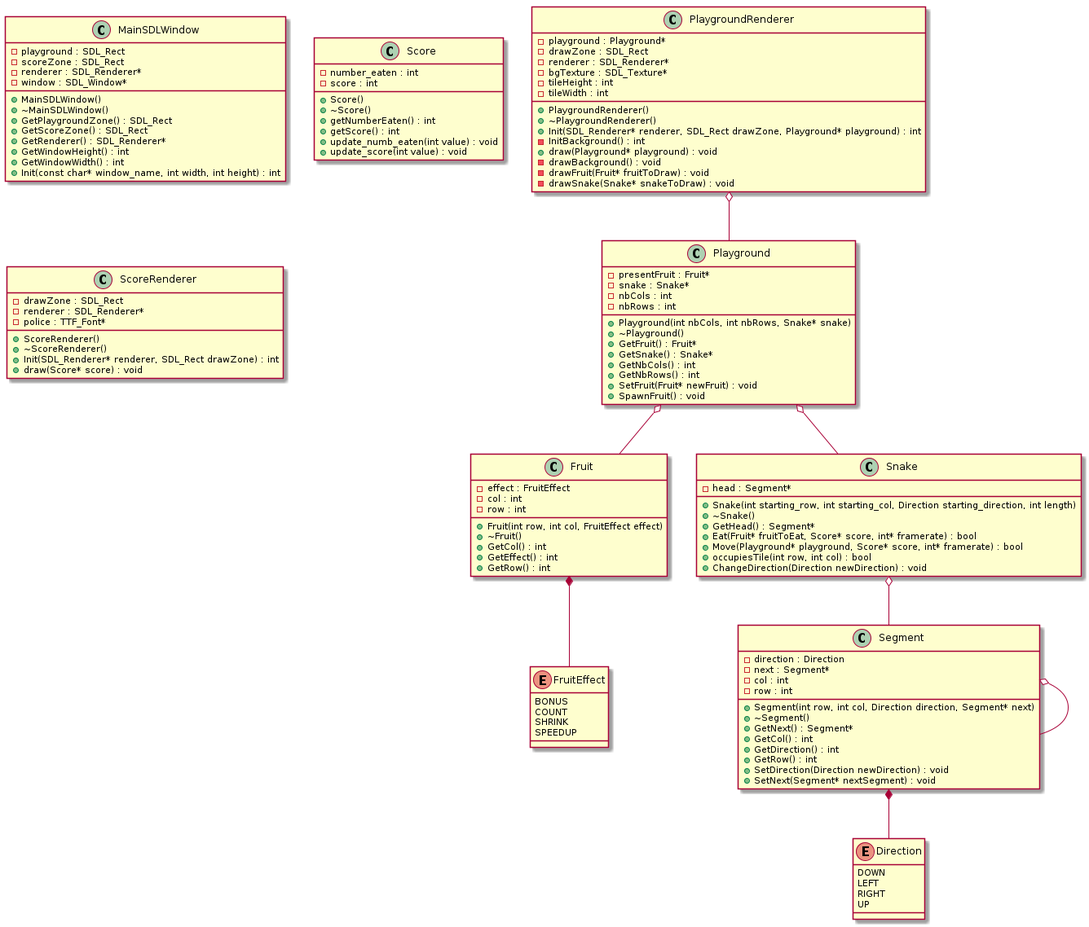
This is uml/classes.png from Ytaki2134/gtech1-b20-snake, a PlantUML export, as it was before one commit.
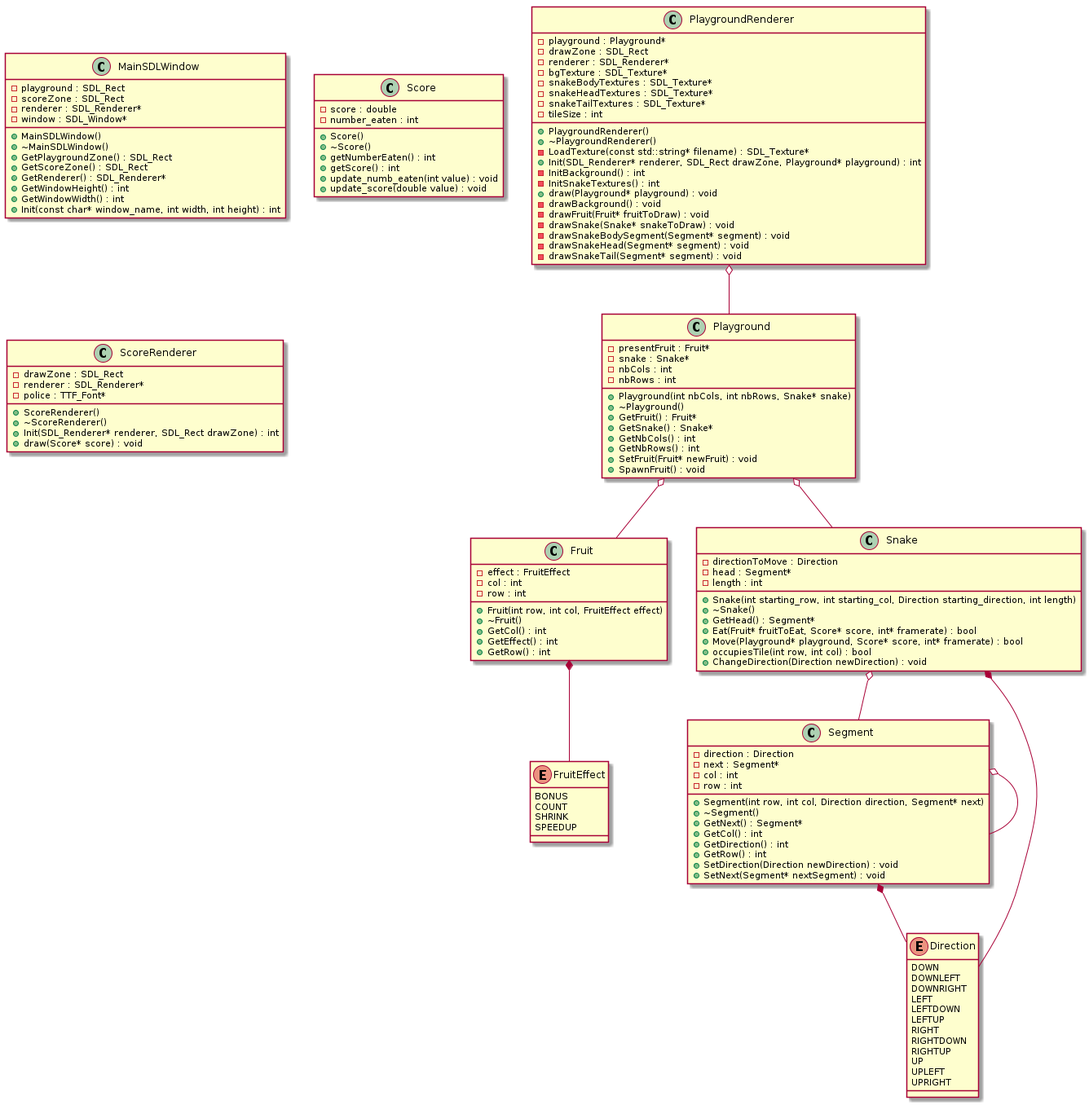
Later version of the same file.

Commit message:
mise à jour de l'UML, ajout de commentaires en français et écriture du README.

Change to the diagram source:
```diff
@@ -55,27 +55,34 @@
 	-playground : Playground*
 	-drawZone : SDL_Rect
 	-renderer : SDL_Renderer*
+	-LoadTexture(const std::string* filename) : SDL_Texture*
 	-bgTexture : SDL_Texture*
+	-snakeBodyTextures : SDL_Texture*
+	-snakeHeadTextures : SDL_Texture*
+	-snakeTailTextures : SDL_Texture*
 	+Init(SDL_Renderer* renderer, SDL_Rect drawZone, Playground* playground) : int
 	-InitBackground() : int
-	-tileHeight : int
-	-tileWidth : int
+	-InitSnakeTextures() : int
+	-tileSize : int
 	+draw(Playground* playground) : void
 	-drawBackground() : void
 	-drawFruit(Fruit* fruitToDraw) : void
 	-drawSnake(Snake* snakeToDraw) : void
+	-drawSnakeBodySegment(Segment* segment) : void
+	-drawSnakeHead(Segment* segment) : void
+	-drawSnakeTail(Segment* segment) : void
 }
 
 
 class Score {
 	+Score()
 	+~Score()
+	-score : double
 	+getNumberEaten() : int
 	+getScore() : int
 	-number_eaten : int
-	-score : int
 	+update_numb_eaten(int value) : void
-	+update_score(int value) : void
+	+update_score(double value) : void
 }
 
 
@@ -109,20 +116,30 @@
 class Snake {
 	+Snake(int starting_row, int starting_col, Direction starting_direction, int length)
 	+~Snake()
+	-directionToMove : Direction
 	+GetHead() : Segment*
 	-head : Segment*
 	+Eat(Fruit* fruitToEat, Score* score, int* framerate) : bool
 	+Move(Playground* playground, Score* score, int* framerate) : bool
 	+occupiesTile(int row, int col) : bool
+	-length : int
 	+ChangeDirection(Direction newDirection) : void
 }
 
 
 enum Direction {
 	DOWN
+	DOWNLEFT
+	DOWNRIGHT
 	LEFT
+	LEFTDOWN
+	LEFTUP
 	RIGHT
+	RIGHTDOWN
+	RIGHTUP
 	UP
+	UPLEFT
+	UPRIGHT
 }
 
 
@@ -160,6 +177,9 @@
 .Segment o-- .Segment
 
 
+.Snake *-- .Direction
+
+
 .Snake o-- .Segment
 
 
```
